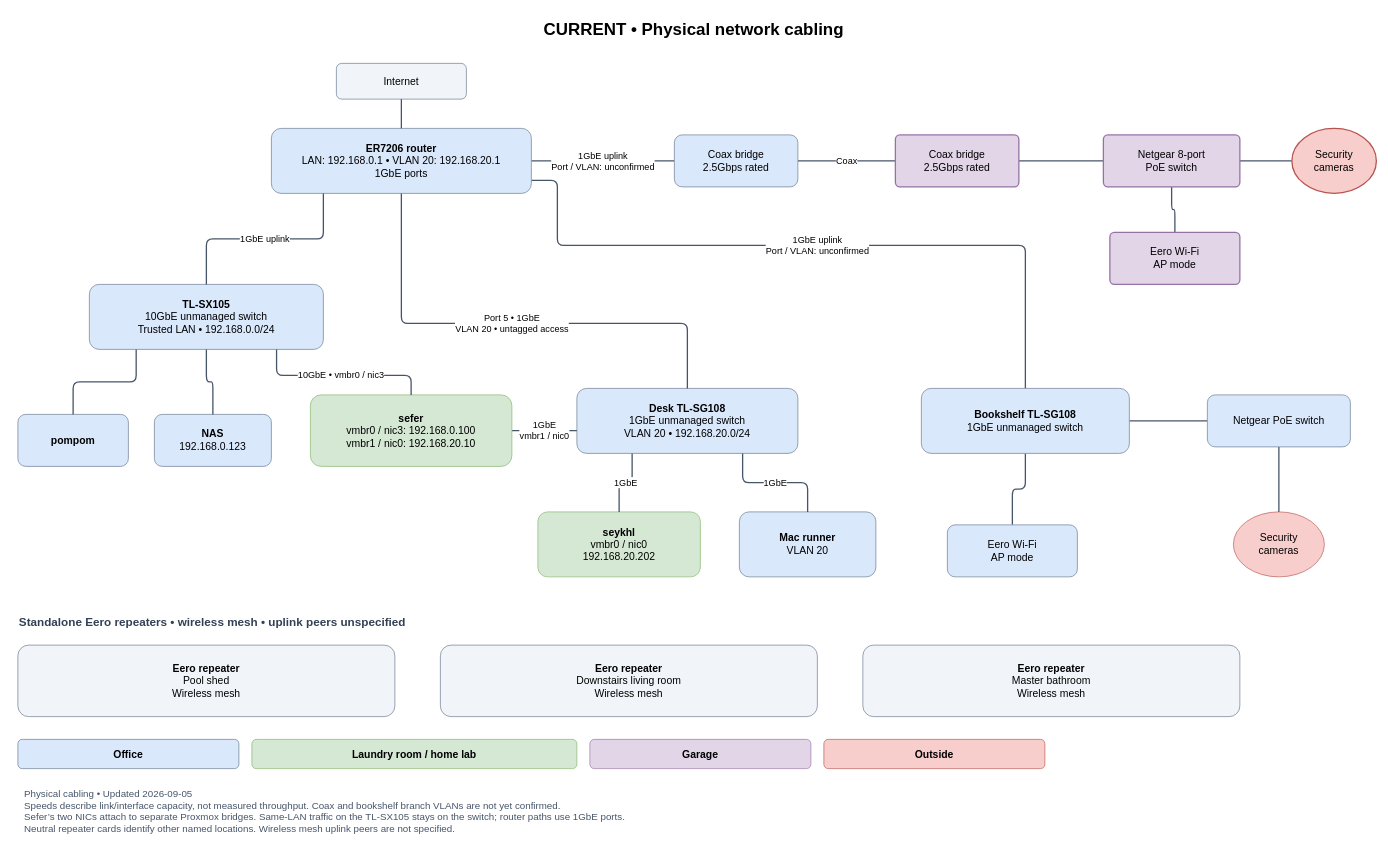
Earlier version of the draw.io diagram yesod-network.drawio (stephenVertex/proxmox-notes). Source tidied: cells renumbered, new cells numbered last; positions are measured from the earlier drawing's top-left corner, leaving out a move shared by most shapes. Both pictures are drawn from the tidied source at 65%, with x=0, y=0 at pixel (11, 11).
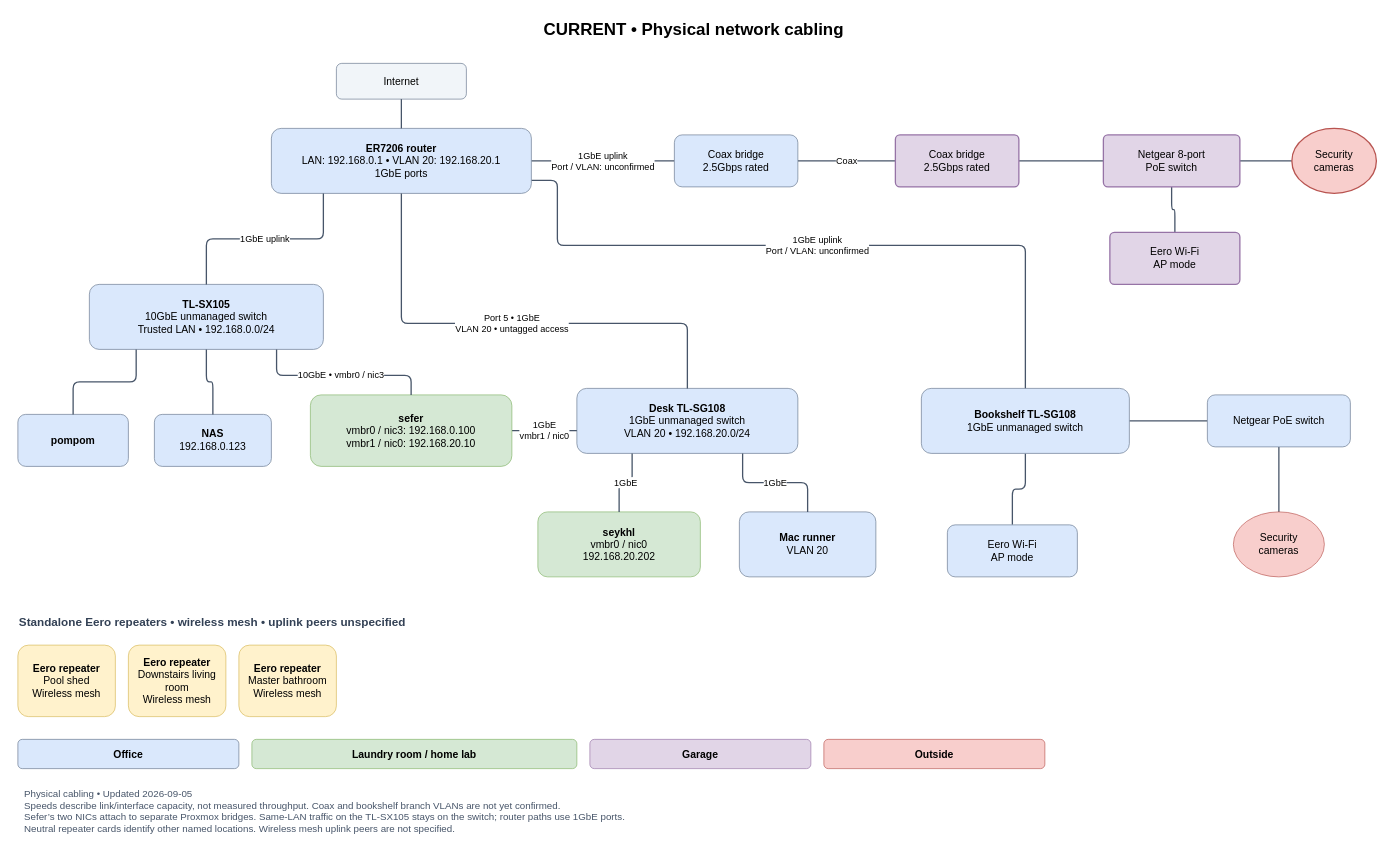
The same page after the edit.

Commit message (it also covers changes not shown here):
docs: embed current network diagram PNG in README

Change to the diagram source:
```diff
@@
-    <mxCell id="45" value="&lt;b&gt;Eero repeater&lt;/b&gt;&lt;br&gt;Pool shed&lt;br&gt;Wireless mesh" style="rounded=1;whiteSpace=wrap;html=1;fillColor=#f1f5f9;strokeColor=#64748b;fontSize=16;spacing=10;" parent="1" vertex="1">
-      <mxGeometry x="10" y="975" width="580" height="110" as="geometry" />
+    <mxCell id="45" value="&lt;b&gt;Eero repeater&lt;/b&gt;&lt;br&gt;Pool shed&lt;br&gt;Wireless mesh" style="rounded=1;whiteSpace=wrap;html=1;fillColor=#fff2cc;strokeColor=#d6b656;fontSize=16;spacing=10;" parent="1" vertex="1">
+      <mxGeometry x="10" y="975" width="150" height="110" as="geometry" />
     </mxCell>
-    <mxCell id="46" value="&lt;b&gt;Eero repeater&lt;/b&gt;&lt;br&gt;Downstairs living room&lt;br&gt;Wireless mesh" style="rounded=1;whiteSpace=wrap;html=1;fillColor=#f1f5f9;strokeColor=#64748b;fontSize=16;spacing=10;" parent="1" vertex="1">
-      <mxGeometry x="660" y="975" width="580" height="110" as="geometry" />
+    <mxCell id="46" value="&lt;b&gt;Eero repeater&lt;/b&gt;&lt;br&gt;Downstairs living room&lt;br&gt;Wireless mesh" style="rounded=1;whiteSpace=wrap;html=1;fillColor=#fff2cc;strokeColor=#d6b656;fontSize=16;spacing=10;" parent="1" vertex="1">
+      <mxGeometry x="180" y="975" width="150" height="110" as="geometry" />
     </mxCell>
-    <mxCell id="47" value="&lt;b&gt;Eero repeater&lt;/b&gt;&lt;br&gt;Master bathroom&lt;br&gt;Wireless mesh" style="rounded=1;whiteSpace=wrap;html=1;fillColor=#f1f5f9;strokeColor=#64748b;fontSize=16;spacing=10;" parent="1" vertex="1">
-      <mxGeometry x="1310" y="975" width="580" height="110" as="geometry" />
+    <mxCell id="47" value="&lt;b&gt;Eero repeater&lt;/b&gt;&lt;br&gt;Master bathroom&lt;br&gt;Wireless mesh" style="rounded=1;whiteSpace=wrap;html=1;fillColor=#fff2cc;strokeColor=#d6b656;fontSize=16;spacing=10;" parent="1" vertex="1">
+      <mxGeometry x="350" y="975" width="150" height="110" as="geometry" />
     </mxCell>
```
